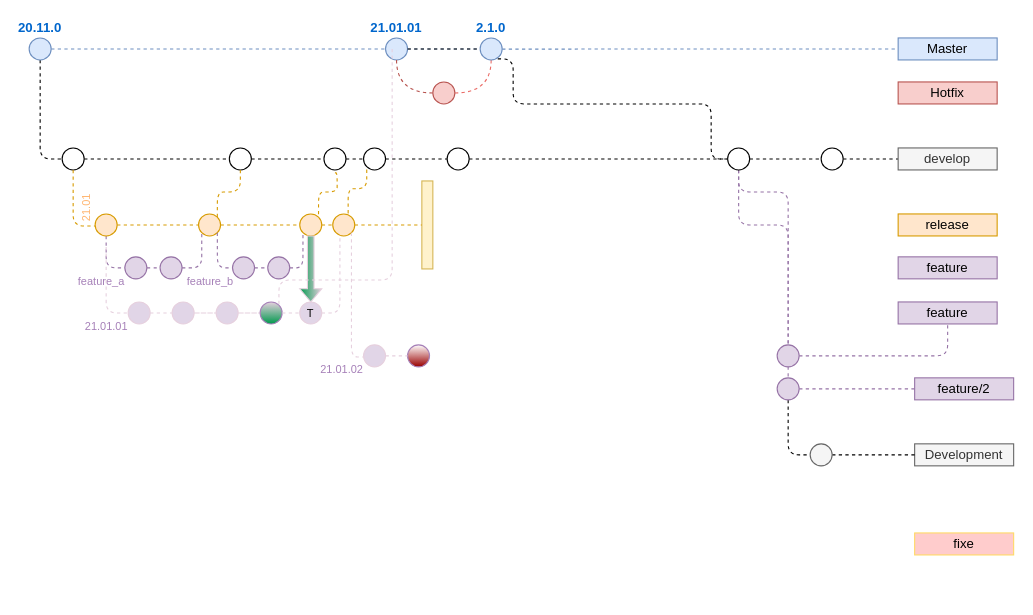
This is page "myway-roa-gitflow" (4 of 4) of Untitled Diagram.drawio from salmen/gitflowdiagram, a draw.io file, before an edit. Source tidied: cells renumbered, new cells numbered last; positions are measured from the earlier drawing's top-left corner, leaving out a move shared by most shapes. Both pictures are drawn from the tidied source at 110%, with x=0, y=0 at pixel (29, 37).
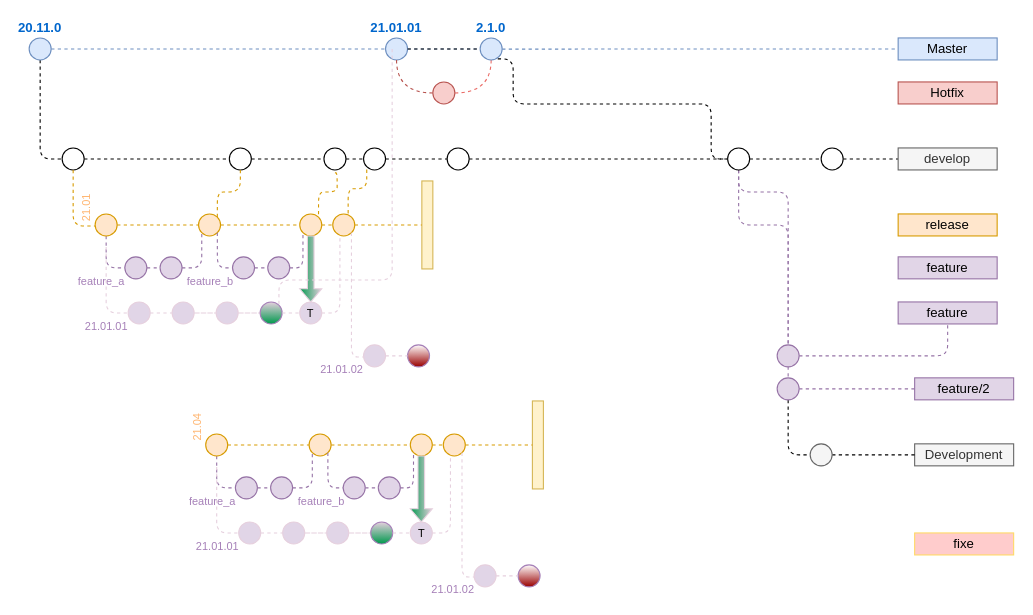
After the change.

Commit message:
nouvelle release

Diff of the diagram source:
```diff
@@
+    <mxCell id="87" style="edgeStyle=orthogonalEdgeStyle;rounded=1;jettySize=auto;html=1;dashed=1;endArrow=none;endFill=0;fontSize=10;fontColor=#FFB570;fillColor=#e1d5e7;strokeColor=#9673a6;exitX=0.5;exitY=1;exitDx=0;exitDy=0;entryX=0;entryY=0.5;entryDx=0;entryDy=0;" parent="1" edge="1" source="88" target="91">
+      <mxGeometry relative="1" as="geometry">
+        <Array as="points">
+          <mxPoint x="170.5" y="409" />
+        </Array>
+      </mxGeometry>
+    </mxCell>
+    <mxCell id="88" value="21.04" style="ellipse;whiteSpace=wrap;html=1;fontSize=10;labelPosition=left;verticalLabelPosition=bottom;align=right;verticalAlign=top;fillColor=#ffe6cc;strokeColor=#d79b00;fontColor=#FFB570;horizontal=0;" parent="1" vertex="1">
+      <mxGeometry x="160.5" y="360" width="20" height="20" as="geometry" />
+    </mxCell>
+    <mxCell id="89" style="edgeStyle=orthogonalEdgeStyle;rounded=1;jettySize=auto;html=1;dashed=1;endArrow=none;endFill=0;fontSize=10;fontColor=#FFB570;fillColor=#e1d5e7;strokeColor=#9673a6;" parent="1" edge="1" source="91" target="90">
+      <mxGeometry relative="1" as="geometry">
+        <Array as="points">
+          <mxPoint x="217.5" y="409" />
+          <mxPoint x="217.5" y="409" />
+        </Array>
+      </mxGeometry>
+    </mxCell>
+    <mxCell id="90" style="ellipse;whiteSpace=wrap;html=1;fontSize=10;fillColor=#e1d5e7;strokeColor=#9673a6;" parent="1" vertex="1">
+      <mxGeometry x="219.5" y="399" width="20" height="20" as="geometry" />
+    </mxCell>
+    <mxCell id="91" value="&lt;div style=&quot;text-align: justify&quot;&gt;&lt;span&gt;feature_a&lt;/span&gt;&lt;/div&gt;" style="ellipse;whiteSpace=wrap;html=1;fontSize=10;fillColor=#e1d5e7;strokeColor=#9673a6;verticalAlign=top;labelPosition=left;verticalLabelPosition=bottom;align=right;horizontal=1;fontColor=#A680B8;spacing=0;spacingBottom=2;spacingLeft=0;spacingTop=-8;" parent="1" vertex="1">
+      <mxGeometry x="187.5" y="399" width="20" height="20" as="geometry" />
+    </mxCell>
+    <mxCell id="92" value="&lt;br&gt;" style="ellipse;whiteSpace=wrap;html=1;fontSize=10;labelPosition=center;verticalLabelPosition=top;align=center;verticalAlign=bottom;fillColor=#ffe6cc;strokeColor=#d79b00;fontColor=#FFB570;" parent="1" vertex="1">
+      <mxGeometry x="376.5" y="360" width="20" height="20" as="geometry" />
+    </mxCell>
+    <mxCell id="93" style="ellipse;whiteSpace=wrap;html=1;fontSize=10;fillColor=#ffe6cc;strokeColor=#d79b00;" parent="1" vertex="1">
+      <mxGeometry x="254.5" y="360" width="20" height="20" as="geometry" />
+    </mxCell>
+    <mxCell id="94" style="edgeStyle=orthogonalEdgeStyle;rounded=1;jettySize=auto;html=1;dashed=1;endArrow=none;endFill=0;fontSize=10;fontColor=#FFB570;fillColor=#ffe6cc;strokeColor=#d79b00;" parent="1" edge="1" source="88" target="93">
+      <mxGeometry relative="1" as="geometry" />
+    </mxCell>
+    <mxCell id="95" style="edgeStyle=orthogonalEdgeStyle;rounded=1;jettySize=auto;html=1;dashed=1;endArrow=none;endFill=0;fontSize=10;fontColor=#FFB570;fillColor=#e1d5e7;strokeColor=#9673a6;exitX=1;exitY=0.5;exitDx=0;exitDy=0;entryX=0;entryY=1;entryDx=0;entryDy=0;" parent="1" edge="1" source="90" target="93">
+      <mxGeometry relative="1" as="geometry" />
+    </mxCell>
+    <mxCell id="96" style="edgeStyle=orthogonalEdgeStyle;rounded=1;jettySize=auto;html=1;dashed=1;endArrow=none;endFill=0;fontSize=10;fontColor=#FFB570;fillColor=#ffe6cc;strokeColor=#d79b00;" parent="1" edge="1" source="113">
+      <mxGeometry relative="1" as="geometry">
+        <mxPoint x="376.5" y="370" as="targetPoint" />
+        <Array as="points">
+          <mxPoint x="376.5" y="370" />
+          <mxPoint x="376.5" y="370" />
+        </Array>
+      </mxGeometry>
+    </mxCell>
+    <mxCell id="97" style="edgeStyle=orthogonalEdgeStyle;rounded=1;jettySize=auto;html=1;dashed=1;endArrow=none;endFill=0;fontSize=10;fontColor=#FFB570;fillColor=#e1d5e7;strokeColor=#9673a6;exitX=1;exitY=1;exitDx=0;exitDy=0;entryX=0;entryY=0.5;entryDx=0;entryDy=0;" parent="1" edge="1" source="93" target="100">
+      <mxGeometry relative="1" as="geometry">
+        <Array as="points">
+          <mxPoint x="271.5" y="409" />
+        </Array>
+      </mxGeometry>
+    </mxCell>
+    <mxCell id="98" style="edgeStyle=orthogonalEdgeStyle;rounded=1;jettySize=auto;html=1;dashed=1;endArrow=none;endFill=0;fontSize=10;fontColor=#FFB570;fillColor=#e1d5e7;strokeColor=#9673a6;" parent="1" edge="1" source="100" target="99">
+      <mxGeometry relative="1" as="geometry">
+        <Array as="points">
+          <mxPoint x="318.5" y="409" />
+          <mxPoint x="318.5" y="409" />
+        </Array>
+      </mxGeometry>
+    </mxCell>
+    <mxCell id="99" style="ellipse;whiteSpace=wrap;html=1;fontSize=10;fillColor=#e1d5e7;strokeColor=#9673a6;" parent="1" vertex="1">
+      <mxGeometry x="317.4" y="399" width="20" height="20" as="geometry" />
+    </mxCell>
+    <mxCell id="100" value="&lt;div style=&quot;text-align: justify&quot;&gt;&lt;span&gt;feature_b&lt;/span&gt;&lt;/div&gt;" style="ellipse;whiteSpace=wrap;html=1;fontSize=10;fillColor=#e1d5e7;strokeColor=#9673a6;verticalAlign=top;labelPosition=left;verticalLabelPosition=bottom;align=right;horizontal=1;spacingTop=-8;spacingLeft=11;spacingRight=-1;spacing=0;fontColor=#A680B8;" parent="1" vertex="1">
+      <mxGeometry x="285.5" y="399" width="20" height="20" as="geometry" />
+    </mxCell>
+    <mxCell id="101" style="edgeStyle=orthogonalEdgeStyle;rounded=1;jettySize=auto;html=1;dashed=1;endArrow=none;endFill=0;fontSize=10;fontColor=#FFB570;fillColor=#e1d5e7;strokeColor=#9673a6;exitX=1;exitY=0.5;exitDx=0;exitDy=0;entryX=0;entryY=1;entryDx=0;entryDy=0;" parent="1" edge="1" source="99" target="113">
+      <mxGeometry relative="1" as="geometry" />
+    </mxCell>
+    <mxCell id="102" style="html=1;points=[];perimeter=orthogonalPerimeter;strokeColor=#d6b656;fillColor=#fff2cc;" parent="1" vertex="1">
+      <mxGeometry x="457.5" y="330" width="10" height="80" as="geometry" />
+    </mxCell>
+    <mxCell id="103" style="edgeStyle=orthogonalEdgeStyle;rounded=1;jettySize=auto;html=1;dashed=1;endArrow=none;endFill=0;fontSize=10;fontColor=#FFB570;fillColor=#ffe6cc;strokeColor=#d79b00;entryX=0;entryY=0.5;entryDx=0;entryDy=0;exitX=1;exitY=0.5;exitDx=0;exitDy=0;" parent="1" edge="1" source="92" target="102">
+      <mxGeometry relative="1" as="geometry" />
+    </mxCell>
+    <mxCell id="104" style="edgeStyle=orthogonalEdgeStyle;rounded=0;jettySize=auto;html=1;strokeColor=#E6D0DE;fontColor=#A680B8;endArrow=none;endFill=0;dashed=1;" parent="1" edge="1" source="105" target="110">
+      <mxGeometry relative="1" as="geometry" />
+    </mxCell>
+    <mxCell id="105" style="ellipse;whiteSpace=wrap;html=1;fontSize=10;fillColor=#e1d5e7;strokeColor=#E6D0DE;" parent="1" vertex="1">
+      <mxGeometry x="230.5" y="440" width="20" height="20" as="geometry" />
+    </mxCell>
+    <mxCell id="106" value="&lt;div style=&quot;text-align: justify&quot;&gt;&lt;span&gt;21.01.01&lt;/span&gt;&lt;/div&gt;" style="ellipse;whiteSpace=wrap;html=1;fontSize=10;fillColor=#e1d5e7;verticalAlign=top;labelPosition=left;verticalLabelPosition=bottom;align=right;horizontal=1;fontColor=#A680B8;spacing=0;spacingBottom=0;spacingTop=-8;strokeColor=#E6D0DE;" parent="1" vertex="1">
+      <mxGeometry x="190.5" y="440" width="20" height="20" as="geometry" />
+    </mxCell>
+    <mxCell id="107" style="edgeStyle=orthogonalEdgeStyle;rounded=1;jettySize=auto;html=1;dashed=1;endArrow=none;endFill=0;fontSize=10;fontColor=#FFB570;fillColor=#e1d5e7;entryX=0;entryY=0.5;entryDx=0;entryDy=0;strokeColor=#E6D0DE;" parent="1" edge="1" target="106">
+      <mxGeometry relative="1" as="geometry">
+        <mxPoint x="170.5" y="390" as="sourcePoint" />
+        <Array as="points">
+          <mxPoint x="170.5" y="450" />
+        </Array>
+      </mxGeometry>
+    </mxCell>
+    <mxCell id="108" style="edgeStyle=orthogonalEdgeStyle;rounded=1;jettySize=auto;html=1;dashed=1;endArrow=none;endFill=0;fontSize=10;fontColor=#FFB570;fillColor=#e1d5e7;entryX=0;entryY=0.5;entryDx=0;entryDy=0;strokeColor=#E6D0DE;exitX=1;exitY=0.5;exitDx=0;exitDy=0;" parent="1" edge="1" source="106" target="105">
+      <mxGeometry relative="1" as="geometry" />
+    </mxCell>
+    <mxCell id="109" style="edgeStyle=orthogonalEdgeStyle;rounded=0;jettySize=auto;html=1;dashed=1;endArrow=none;endFill=0;strokeColor=#E6D0DE;fontColor=#A680B8;" parent="1" edge="1" source="110" target="111">
+      <mxGeometry relative="1" as="geometry" />
+    </mxCell>
+    <mxCell id="110" style="ellipse;whiteSpace=wrap;html=1;fontSize=10;fillColor=#e1d5e7;strokeColor=#E6D0DE;direction=south;" parent="1" vertex="1">
+      <mxGeometry x="270.5" y="440" width="20" height="20" as="geometry" />
+    </mxCell>
+    <mxCell id="111" style="ellipse;whiteSpace=wrap;html=1;fontSize=10;direction=south;gradientColor=#00994D;gradientDirection=east;fillColor=#E6D0DE;strokeColor=#A680B8;" parent="1" vertex="1">
+      <mxGeometry x="310.5" y="440" width="20" height="20" as="geometry" />
+    </mxCell>
+    <mxCell id="112" style="edgeStyle=orthogonalEdgeStyle;rounded=1;jettySize=auto;html=1;dashed=1;endArrow=none;endFill=0;fontSize=10;fontColor=#FFB570;fillColor=#e1d5e7;entryX=0.326;entryY=1.052;entryDx=0;entryDy=0;strokeColor=#E6D0DE;exitX=0.5;exitY=0;exitDx=0;exitDy=0;entryPerimeter=0;" parent="1" edge="1" source="115" target="92">
+      <mxGeometry relative="1" as="geometry">
+        <Array as="points">
+          <mxPoint x="383.5" y="450" />
+          <mxPoint x="383.5" y="381" />
+        </Array>
+      </mxGeometry>
+    </mxCell>
+    <mxCell id="113" value="&lt;br&gt;" style="ellipse;whiteSpace=wrap;html=1;fontSize=10;labelPosition=center;verticalLabelPosition=top;align=center;verticalAlign=bottom;fillColor=#ffe6cc;strokeColor=#d79b00;fontColor=#FFB570;" parent="1" vertex="1">
+      <mxGeometry x="346.5" y="360" width="20" height="20" as="geometry" />
+    </mxCell>
+    <mxCell id="114" style="edgeStyle=orthogonalEdgeStyle;rounded=1;jettySize=auto;html=1;dashed=1;endArrow=none;endFill=0;fontSize=10;fontColor=#FFB570;fillColor=#ffe6cc;strokeColor=#d79b00;entryX=0;entryY=0.5;entryDx=0;entryDy=0;exitX=1;exitY=0.5;exitDx=0;exitDy=0;" parent="1" edge="1" source="93" target="113">
+      <mxGeometry relative="1" as="geometry" />
+    </mxCell>
+    <mxCell id="115" value="T" style="ellipse;whiteSpace=wrap;html=1;fontSize=10;fillColor=#e1d5e7;strokeColor=#E6D0DE;direction=south;" parent="1" vertex="1">
+      <mxGeometry x="346.5" y="440" width="20" height="20" as="geometry" />
+    </mxCell>
+    <mxCell id="116" style="shape=singleArrow;direction=south;whiteSpace=wrap;html=1;strokeColor=#E6D0DE;fillColor=#E6D0DE;gradientColor=#00994D;fontColor=#A680B8;" parent="1" vertex="1">
+      <mxGeometry x="346.5" y="380" width="20" height="60" as="geometry" />
+    </mxCell>
+    <mxCell id="117" style="ellipse;whiteSpace=wrap;html=1;fontSize=10;strokeColor=#A680B8;fillColor=#990000;gradientColor=#ffffff;gradientDirection=north;" parent="1" vertex="1">
+      <mxGeometry x="444.5" y="479" width="20" height="20" as="geometry" />
+    </mxCell>
+    <mxCell id="118" value="&lt;div style=&quot;text-align: justify&quot;&gt;&lt;span&gt;21.01.02&lt;/span&gt;&lt;/div&gt;" style="ellipse;whiteSpace=wrap;html=1;fontSize=10;fillColor=#e1d5e7;verticalAlign=top;labelPosition=left;verticalLabelPosition=bottom;align=right;horizontal=1;fontColor=#A680B8;spacing=0;spacingBottom=0;spacingTop=-8;strokeColor=#E6D0DE;" parent="1" vertex="1">
+      <mxGeometry x="404.5" y="479" width="20" height="20" as="geometry" />
+    </mxCell>
+    <mxCell id="119" style="edgeStyle=orthogonalEdgeStyle;rounded=1;jettySize=auto;html=1;dashed=1;endArrow=none;endFill=0;fontSize=10;fontColor=#FFB570;fillColor=#e1d5e7;entryX=0;entryY=0.5;entryDx=0;entryDy=0;strokeColor=#E6D0DE;exitX=1;exitY=0.5;exitDx=0;exitDy=0;" parent="1" edge="1" source="118" target="117">
+      <mxGeometry relative="1" as="geometry" />
+    </mxCell>
+    <mxCell id="120" style="edgeStyle=orthogonalEdgeStyle;rounded=0;jettySize=auto;html=1;dashed=1;endArrow=none;endFill=0;strokeColor=#E6D0DE;fontColor=#A680B8;exitX=0.5;exitY=0;exitDx=0;exitDy=0;entryX=0.5;entryY=1;entryDx=0;entryDy=0;" parent="1" edge="1" source="111" target="115">
+      <mxGeometry relative="1" as="geometry">
+        <Array as="points">
+          <mxPoint x="346.5" y="450" />
+          <mxPoint x="346.5" y="450" />
+        </Array>
+      </mxGeometry>
+    </mxCell>
+    <mxCell id="121" style="edgeStyle=orthogonalEdgeStyle;rounded=1;orthogonalLoop=1;jettySize=auto;html=1;dashed=1;endArrow=none;endFill=0;fontSize=10;fontColor=#FFB570;fillColor=#e1d5e7;strokeColor=#E6D0DE;" parent="1" edge="1">
+      <mxGeometry relative="1" as="geometry">
+        <mxPoint x="393.5" y="377" as="sourcePoint" />
+        <mxPoint x="404.5" y="490" as="targetPoint" />
+        <Array as="points">
+          <mxPoint x="393.5" y="490" />
+        </Array>
+      </mxGeometry>
+    </mxCell>
```
